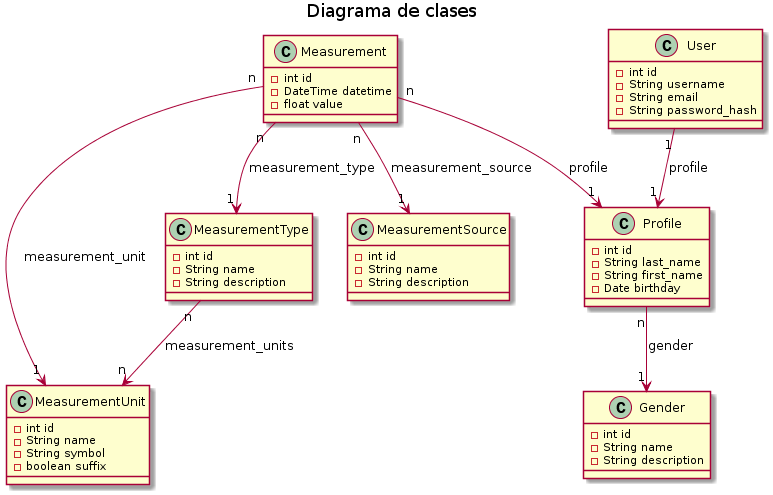
Earlier version of the PlantUML export uml/diagramaClases.png (yaninagm/doc). The source it was exported from:
```plantuml
@startuml diagramaClases.png

title Diagrama de clases

class Gender {
    -int id
    -String name
    -String description
}

class Measurement {
    -int id
    -DateTime datetime
    -float value
}

class MeasurementUnit {
    -int id
    -String name
    -String symbol
    -boolean suffix
}

class MeasurementType {
    -int id
    -String name
    -String description
}

class MeasurementSource {
    -int id
    -String name
    -String description
}

class Profile {
    -int id
    -String last_name
    -String first_name
    -Date birthday
}

class User {
    -int id
    -String username
    -String email
    -String password_hash
}



Measurement "n" --> "1" MeasurementUnit : measurement_unit
Measurement "n" --> "1" MeasurementType : measurement_type
Measurement "n" --> "1" MeasurementSource : measurement_source
Measurement "n" --> "1" Profile : profile

MeasurementType "n" --> "n" MeasurementUnit : measurement_units

Profile "n" --> "1" Gender : gender

User "1" --> "1" Profile : profile

@enduml
```
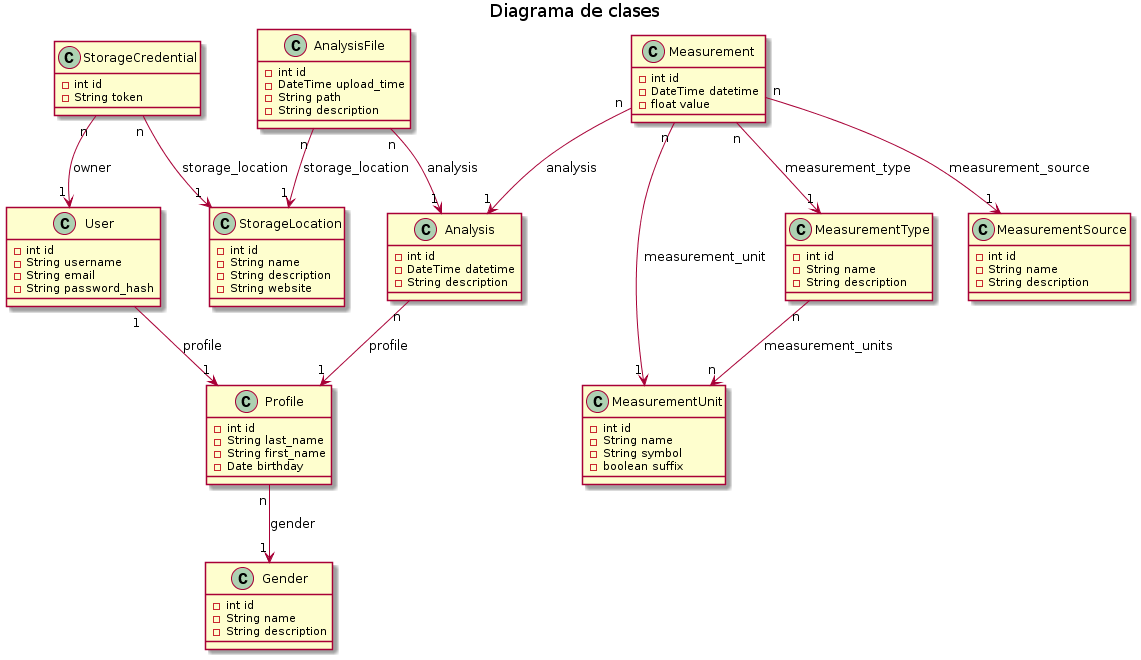
After the change.

Commit message:
Manejo de archivos de análisis, y de credenciales a servicios de almacenamiento

The edit, as a diff of the source:
```diff
@@ -47,12 +47,37 @@
     -String password_hash
 }
 
+class Analysis {
+    -int id
+    -DateTime datetime
+    -String description
+}
+
+class AnalysisFile {
+    -int id
+    -DateTime upload_time
+    -String path
+    -String description
+}
+
+class StorageLocation {
+    -int id
+    -String name
+    -String description
+    -String website
+}
+
+class StorageCredential {
+    -int id
+    -String token
+}
+
 
 
 Measurement "n" --> "1" MeasurementUnit : measurement_unit
 Measurement "n" --> "1" MeasurementType : measurement_type
 Measurement "n" --> "1" MeasurementSource : measurement_source
-Measurement "n" --> "1" Profile : profile
+Measurement "n" --> "1" Analysis : analysis
 
 MeasurementType "n" --> "n" MeasurementUnit : measurement_units
 
@@ -60,4 +85,11 @@
 
 User "1" --> "1" Profile : profile
 
+AnalysisFile "n" --> "1" Analysis : analysis
+AnalysisFile "n" --> "1" StorageLocation : storage_location
+Analysis "n" --> "1" Profile : profile
+
+StorageCredential "n" --> "1" User : owner
+StorageCredential "n" --> "1" StorageLocation : storage_location
+
 @enduml
```
